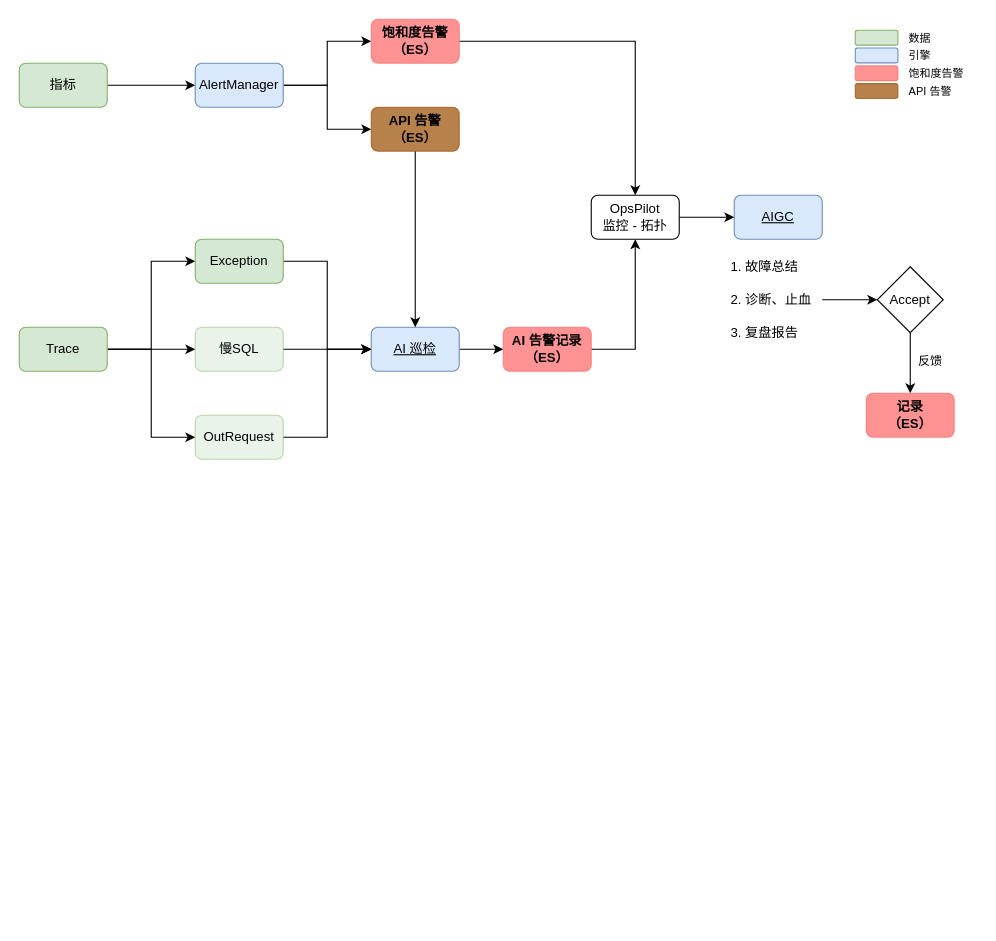
Before: page "AI Journey" (6 of 6) of Sre-Pilot.drawio in Allen9797/WorkZone, a draw.io diagram. Source tidied: cells renumbered, new cells numbered last; positions are measured from the earlier drawing's top-left corner, leaving out a move shared by most shapes. Both pictures are drawn from the tidied source at 110%, with x=0, y=0 at pixel (19, 19).
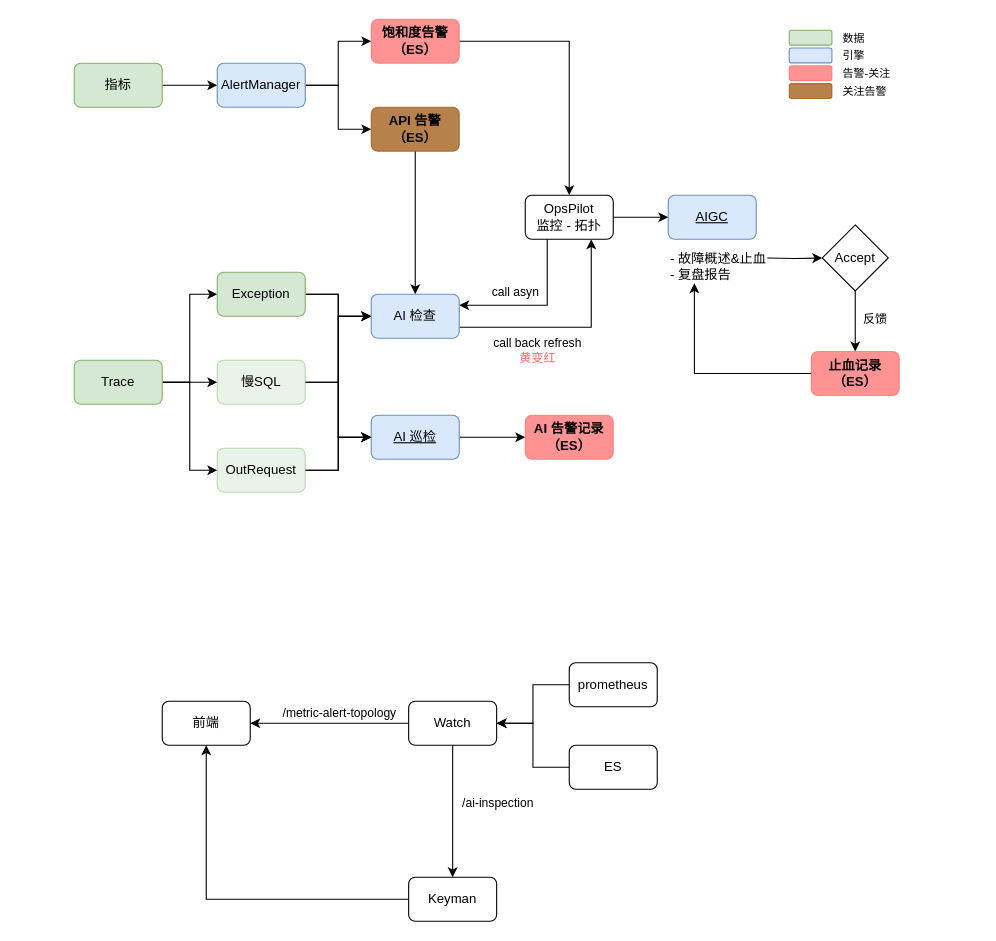
Above is the later version.

The change refers to these unchanged cells:
```xml
<mxCell id="24" value="API 告警（ES）" style="rounded=1;whiteSpace=wrap;html=1;fillColor=#994C00;strokeColor=#994C00;fontStyle=1;opacity=70;" parent="1" vertex="1">
  <mxGeometry x="320" y="80" width="80" height="40" as="geometry" />
</mxCell>
```

Diff of the diagram source:
```diff
@@
     <mxCell id="3" value="指标" style="rounded=1;whiteSpace=wrap;html=1;fillColor=#d5e8d4;strokeColor=#82b366;" parent="1" vertex="1">
-      <mxGeometry y="40" width="80" height="40" as="geometry" />
+      <mxGeometry x="50" y="40" width="80" height="40" as="geometry" />
     </mxCell>
@@
     <mxCell id="6" value="AlertManager" style="rounded=1;whiteSpace=wrap;html=1;fillColor=#dae8fc;strokeColor=#6c8ebf;" parent="1" vertex="1">
-      <mxGeometry x="160" y="40" width="80" height="40" as="geometry" />
+      <mxGeometry x="180" y="40" width="80" height="40" as="geometry" />
     </mxCell>
@@
     <mxCell id="12" value="Trace" style="rounded=1;whiteSpace=wrap;html=1;fillColor=#d5e8d4;strokeColor=#82b366;" parent="1" vertex="1">
-      <mxGeometry y="280" width="80" height="40" as="geometry" />
+      <mxGeometry x="50" y="310" width="80" height="40" as="geometry" />
     </mxCell>
@@
+    <mxCell id="45" style="edgeStyle=orthogonalEdgeStyle;rounded=0;jettySize=auto;html=1;exitX=1;exitY=0.5;exitDx=0;exitDy=0;entryX=0;entryY=0.5;entryDx=0;entryDy=0;" parent="1" edge="1" source="14" target="53">
+      <mxGeometry relative="1" as="geometry" />
+    </mxCell>
     <mxCell id="14" value="Exception" style="rounded=1;whiteSpace=wrap;html=1;fillColor=#d5e8d4;strokeColor=#82b366;" parent="1" vertex="1">
-      <mxGeometry x="160" y="200" width="80" height="40" as="geometry" />
+      <mxGeometry x="180" y="230" width="80" height="40" as="geometry" />
     </mxCell>
@@
     <mxCell id="16" value="AI 巡检" style="rounded=1;whiteSpace=wrap;html=1;fillColor=#dae8fc;strokeColor=#6c8ebf;fontStyle=4;" parent="1" vertex="1">
-      <mxGeometry x="320" y="280" width="80" height="40" as="geometry" />
+      <mxGeometry x="320" y="360" width="80" height="40" as="geometry" />
     </mxCell>
-    <mxCell id="17" style="edgeStyle=orthogonalEdgeStyle;rounded=0;jettySize=auto;html=1;exitX=1;exitY=0.5;exitDx=0;exitDy=0;" parent="1" edge="1" source="18" target="16">
+    <mxCell id="17" style="edgeStyle=orthogonalEdgeStyle;rounded=0;jettySize=auto;html=1;exitX=1;exitY=0.5;exitDx=0;exitDy=0;entryX=0;entryY=0.5;entryDx=0;entryDy=0;" parent="1" edge="1" source="18" target="16">
       <mxGeometry relative="1" as="geometry" />
     </mxCell>
+    <mxCell id="46" style="edgeStyle=orthogonalEdgeStyle;rounded=0;jettySize=auto;html=1;exitX=1;exitY=0.5;exitDx=0;exitDy=0;entryX=0;entryY=0.5;entryDx=0;entryDy=0;" parent="1" edge="1" source="18" target="53">
+      <mxGeometry relative="1" as="geometry" />
+    </mxCell>
     <mxCell id="18" value="慢SQL" style="rounded=1;whiteSpace=wrap;html=1;fillColor=#d5e8d4;strokeColor=#82b366;opacity=50;" parent="1" vertex="1">
-      <mxGeometry x="160" y="280" width="80" height="40" as="geometry" />
+      <mxGeometry x="180" y="310" width="80" height="40" as="geometry" />
     </mxCell>
@@
+    <mxCell id="47" style="edgeStyle=orthogonalEdgeStyle;rounded=0;jettySize=auto;html=1;exitX=1;exitY=0.5;exitDx=0;exitDy=0;entryX=0;entryY=0.5;entryDx=0;entryDy=0;" parent="1" edge="1" source="20" target="53">
+      <mxGeometry relative="1" as="geometry" />
+    </mxCell>
     <mxCell id="20" value="OutRequest" style="rounded=1;whiteSpace=wrap;html=1;fillColor=#d5e8d4;strokeColor=#82b366;opacity=50;" parent="1" vertex="1">
-      <mxGeometry x="160" y="360" width="80" height="40" as="geometry" />
+      <mxGeometry x="180" y="390" width="80" height="40" as="geometry" />
     </mxCell>
-    <mxCell id="21" style="edgeStyle=orthogonalEdgeStyle;rounded=0;jettySize=auto;html=1;exitX=1;exitY=0.5;exitDx=0;exitDy=0;" parent="1" edge="1" source="22" target="44">
-      <mxGeometry relative="1" as="geometry" />
-    </mxCell>
     <mxCell id="22" value="AI 告警记录&lt;div&gt;（ES）&lt;/div&gt;" style="rounded=1;whiteSpace=wrap;html=1;fillColor=#FF6666;strokeColor=#FF6666;fontStyle=1;opacity=70;" parent="1" vertex="1">
-      <mxGeometry x="440" y="280" width="80" height="40" as="geometry" />
+      <mxGeometry x="460" y="360" width="80" height="40" as="geometry" />
     </mxCell>
-    <mxCell id="23" style="edgeStyle=orthogonalEdgeStyle;rounded=0;jettySize=auto;html=1;exitX=0.5;exitY=1;exitDx=0;exitDy=0;entryX=0.5;entryY=0;entryDx=0;entryDy=0;" parent="1" edge="1" source="24" target="16">
+    <mxCell id="23" style="edgeStyle=orthogonalEdgeStyle;rounded=0;jettySize=auto;html=1;exitX=1;exitY=0.75;exitDx=0;exitDy=0;entryX=0.75;entryY=1;entryDx=0;entryDy=0;" parent="1" edge="1" source="53" target="44">
       <mxGeometry relative="1" as="geometry" />
     </mxCell>
+    <mxCell id="48" value="call back refresh&lt;div&gt;&lt;font color=&quot;#ff6666&quot;&gt;黄变红&lt;/font&gt;&lt;/div&gt;" style="edgeLabel;html=1;align=center;verticalAlign=middle;" parent="23" vertex="1">
+      <mxGeometry x="-0.02" y="-1" relative="1" as="geometry">
+        <mxPoint x="-28" y="19" as="offset" />
+      </mxGeometry>
+    </mxCell>
+    <mxCell id="49" style="edgeStyle=orthogonalEdgeStyle;rounded=0;jettySize=auto;html=1;exitX=0.5;exitY=1;exitDx=0;exitDy=0;entryX=0.5;entryY=0;entryDx=0;entryDy=0;" parent="1" edge="1" source="24" target="53">
+      <mxGeometry relative="1" as="geometry" />
+    </mxCell>
@@
-    <mxCell id="25" style="edgeStyle=orthogonalEdgeStyle;rounded=0;jettySize=auto;html=1;exitX=1;exitY=0.5;exitDx=0;exitDy=0;entryX=0;entryY=0.5;entryDx=0;entryDy=0;" parent="1" edge="1" source="28" target="32">
-      <mxGeometry relative="1" as="geometry" />
+    <mxCell id="25" style="edgeStyle=orthogonalEdgeStyle;rounded=0;jettySize=auto;html=1;exitX=1;exitY=0.5;exitDx=0;exitDy=0;entryX=0;entryY=0.5;entryDx=0;entryDy=0;" parent="1" edge="1" target="32">
+      <mxGeometry relative="1" as="geometry">
+        <mxPoint x="680" y="217" as="sourcePoint" />
+      </mxGeometry>
     </mxCell>
     <mxCell id="26" value="AIGC" style="rounded=1;whiteSpace=wrap;html=1;fillColor=#dae8fc;strokeColor=#6c8ebf;fontStyle=4;" parent="1" vertex="1">
-      <mxGeometry x="650" y="160" width="80" height="40" as="geometry" />
+      <mxGeometry x="590" y="160" width="80" height="40" as="geometry" />
     </mxCell>
-    <mxCell id="27" value="1. 故障总结" style="text;html=1;align=left;verticalAlign=middle;whiteSpace=wrap;rounded=0;" parent="1" vertex="1">
-      <mxGeometry x="645" y="210" width="85" height="30" as="geometry" />
+    <mxCell id="27" value="- 故障概述&amp;amp;止血&lt;div&gt;- 复盘报告&lt;br&gt;&lt;/div&gt;" style="text;html=1;align=left;verticalAlign=middle;whiteSpace=wrap;rounded=0;" parent="1" vertex="1">
+      <mxGeometry x="590" y="210" width="95" height="30" as="geometry" />
     </mxCell>
-    <mxCell id="28" value="2. 诊断、止血" style="text;html=1;align=left;verticalAlign=middle;whiteSpace=wrap;rounded=0;" parent="1" vertex="1">
-      <mxGeometry x="645" y="240" width="85" height="30" as="geometry" />
-    </mxCell>
-    <mxCell id="29" value="3. 复盘报告" style="text;html=1;align=left;verticalAlign=middle;whiteSpace=wrap;rounded=0;" parent="1" vertex="1">
-      <mxGeometry x="645" y="270" width="85" height="30" as="geometry" />
-    </mxCell>
@@
     <mxCell id="32" value="Accept" style="rhombus;whiteSpace=wrap;html=1;" parent="1" vertex="1">
-      <mxGeometry x="780" y="225" width="60" height="60" as="geometry" />
+      <mxGeometry x="730" y="187" width="60" height="60" as="geometry" />
     </mxCell>
+    <mxCell id="50" style="edgeStyle=orthogonalEdgeStyle;rounded=0;jettySize=auto;html=1;exitX=0;exitY=0.5;exitDx=0;exitDy=0;entryX=0.25;entryY=1;entryDx=0;entryDy=0;" parent="1" edge="1" source="33" target="27">
+      <mxGeometry relative="1" as="geometry" />
+    </mxCell>
-    <mxCell id="33" value="记录&lt;div&gt;（ES）&lt;/div&gt;" style="rounded=1;whiteSpace=wrap;html=1;fillColor=#FF6666;strokeColor=#FF6666;fontStyle=1;opacity=70;" parent="1" vertex="1">
-      <mxGeometry x="770" y="340" width="80" height="40" as="geometry" />
+    <mxCell id="33" value="止血记录&lt;div&gt;（ES）&lt;/div&gt;" style="rounded=1;whiteSpace=wrap;html=1;fillColor=#FF6666;strokeColor=#FF6666;fontStyle=1;opacity=70;" parent="1" vertex="1">
+      <mxGeometry x="720" y="302" width="80" height="40" as="geometry" />
     </mxCell>
     <mxCell id="34" style="group;" parent="1" vertex="1">
-      <mxGeometry x="760" y="10" width="110" height="62" as="geometry" />
+      <mxGeometry x="700" y="10" width="110" height="62" as="geometry" />
     </mxCell>
@@
-    <mxCell id="41" value="&lt;span style=&quot;font-size: 10px;&quot;&gt;饱和度告警&lt;/span&gt;" style="text;html=1;align=left;verticalAlign=middle;whiteSpace=wrap;rounded=0;fontStyle=0;fontSize=10;" parent="34" vertex="1">
+    <mxCell id="41" value="&lt;span style=&quot;font-size: 10px;&quot;&gt;告警-关注&lt;/span&gt;" style="text;html=1;align=left;verticalAlign=middle;whiteSpace=wrap;rounded=0;fontStyle=0;fontSize=10;" parent="34" vertex="1">
       <mxGeometry x="46.5" y="32.4" width="63.5" height="13.5" as="geometry" />
     </mxCell>
-    <mxCell id="42" value="&lt;span style=&quot;font-size: 10px;&quot;&gt;API 告警&lt;/span&gt;" style="text;html=1;align=left;verticalAlign=middle;whiteSpace=wrap;rounded=0;fontStyle=0;fontSize=10;" parent="34" vertex="1">
+    <mxCell id="42" value="&lt;span style=&quot;font-size: 10px;&quot;&gt;关注告警&lt;/span&gt;" style="text;html=1;align=left;verticalAlign=middle;whiteSpace=wrap;rounded=0;fontStyle=0;fontSize=10;" parent="34" vertex="1">
       <mxGeometry x="46.5" y="48.5" width="54.3" height="13.5" as="geometry" />
     </mxCell>
@@
+    <mxCell id="51" style="edgeStyle=orthogonalEdgeStyle;rounded=0;jettySize=auto;html=1;exitX=0.25;exitY=1;exitDx=0;exitDy=0;entryX=1;entryY=0.25;entryDx=0;entryDy=0;" parent="1" edge="1" source="44" target="53">
+      <mxGeometry relative="1" as="geometry" />
+    </mxCell>
+    <mxCell id="52" value="call asyn" style="edgeLabel;html=1;align=center;verticalAlign=middle;" parent="51" vertex="1">
+      <mxGeometry x="-0.28" y="-2" relative="1" as="geometry">
+        <mxPoint x="-28" y="-3" as="offset" />
+      </mxGeometry>
+    </mxCell>
     <mxCell id="44" value="OpsPilot&lt;div&gt;监控 - 拓扑&lt;/div&gt;" style="rounded=1;whiteSpace=wrap;html=1;fontStyle=0;" parent="1" vertex="1">
-      <mxGeometry x="520" y="160" width="80" height="40" as="geometry" />
+      <mxGeometry x="460" y="160" width="80" height="40" as="geometry" />
     </mxCell>
+    <mxCell id="53" value="AI 检查" style="rounded=1;whiteSpace=wrap;html=1;fillColor=#dae8fc;strokeColor=#6c8ebf;fontStyle=0;" parent="1" vertex="1">
+      <mxGeometry x="320" y="250" width="80" height="40" as="geometry" />
+    </mxCell>
+    <mxCell id="54" value="前端" style="rounded=1;whiteSpace=wrap;html=1;fontStyle=0;" parent="1" vertex="1">
+      <mxGeometry x="130" y="620" width="80" height="40" as="geometry" />
+    </mxCell>
+    <mxCell id="55" style="edgeStyle=orthogonalEdgeStyle;rounded=0;jettySize=auto;html=1;exitX=0;exitY=0.5;exitDx=0;exitDy=0;entryX=1;entryY=0.5;entryDx=0;entryDy=0;" parent="1" edge="1" source="59" target="54">
+      <mxGeometry relative="1" as="geometry" />
+    </mxCell>
+    <mxCell id="56" value="/metric-alert-topology" style="edgeLabel;html=1;align=center;verticalAlign=middle;" parent="55" vertex="1">
+      <mxGeometry x="0.01" y="-1" relative="1" as="geometry">
+        <mxPoint x="9" y="-9" as="offset" />
+      </mxGeometry>
+    </mxCell>
+    <mxCell id="57" style="edgeStyle=orthogonalEdgeStyle;rounded=0;jettySize=auto;html=1;exitX=0.5;exitY=1;exitDx=0;exitDy=0;entryX=0.5;entryY=0;entryDx=0;entryDy=0;" parent="1" edge="1" source="59" target="61">
+      <mxGeometry relative="1" as="geometry" />
+    </mxCell>
+    <mxCell id="58" value="/ai-inspection" style="edgeLabel;html=1;align=center;verticalAlign=middle;" parent="57" vertex="1">
+      <mxGeometry x="-0.14" y="1" relative="1" as="geometry">
+        <mxPoint x="39" as="offset" />
+      </mxGeometry>
+    </mxCell>
+    <mxCell id="59" value="Watch" style="rounded=1;whiteSpace=wrap;html=1;fontStyle=0;" parent="1" vertex="1">
+      <mxGeometry x="354" y="620" width="80" height="40" as="geometry" />
+    </mxCell>
+    <mxCell id="60" style="edgeStyle=orthogonalEdgeStyle;rounded=0;jettySize=auto;html=1;exitX=0;exitY=0.5;exitDx=0;exitDy=0;entryX=0.5;entryY=1;entryDx=0;entryDy=0;" parent="1" edge="1" source="61" target="54">
+      <mxGeometry relative="1" as="geometry" />
+    </mxCell>
+    <mxCell id="61" value="Keyman" style="rounded=1;whiteSpace=wrap;html=1;fontStyle=0;" parent="1" vertex="1">
+      <mxGeometry x="354" y="780" width="80" height="40" as="geometry" />
+    </mxCell>
+    <mxCell id="62" style="edgeStyle=orthogonalEdgeStyle;rounded=0;jettySize=auto;html=1;exitX=0;exitY=0.5;exitDx=0;exitDy=0;entryX=1;entryY=0.5;entryDx=0;entryDy=0;" parent="1" edge="1" source="63" target="59">
+      <mxGeometry relative="1" as="geometry" />
+    </mxCell>
+    <mxCell id="63" value="ES" style="rounded=1;whiteSpace=wrap;html=1;fontStyle=0;" parent="1" vertex="1">
+      <mxGeometry x="500" y="660" width="80" height="40" as="geometry" />
+    </mxCell>
+    <mxCell id="64" style="edgeStyle=orthogonalEdgeStyle;rounded=0;jettySize=auto;html=1;exitX=0;exitY=0.5;exitDx=0;exitDy=0;entryX=1;entryY=0.5;entryDx=0;entryDy=0;" parent="1" edge="1" source="65" target="59">
+      <mxGeometry relative="1" as="geometry" />
+    </mxCell>
+    <mxCell id="65" value="prometheus" style="rounded=1;whiteSpace=wrap;html=1;fontStyle=0;" parent="1" vertex="1">
+      <mxGeometry x="500" y="585" width="80" height="40" as="geometry" />
+    </mxCell>
```
